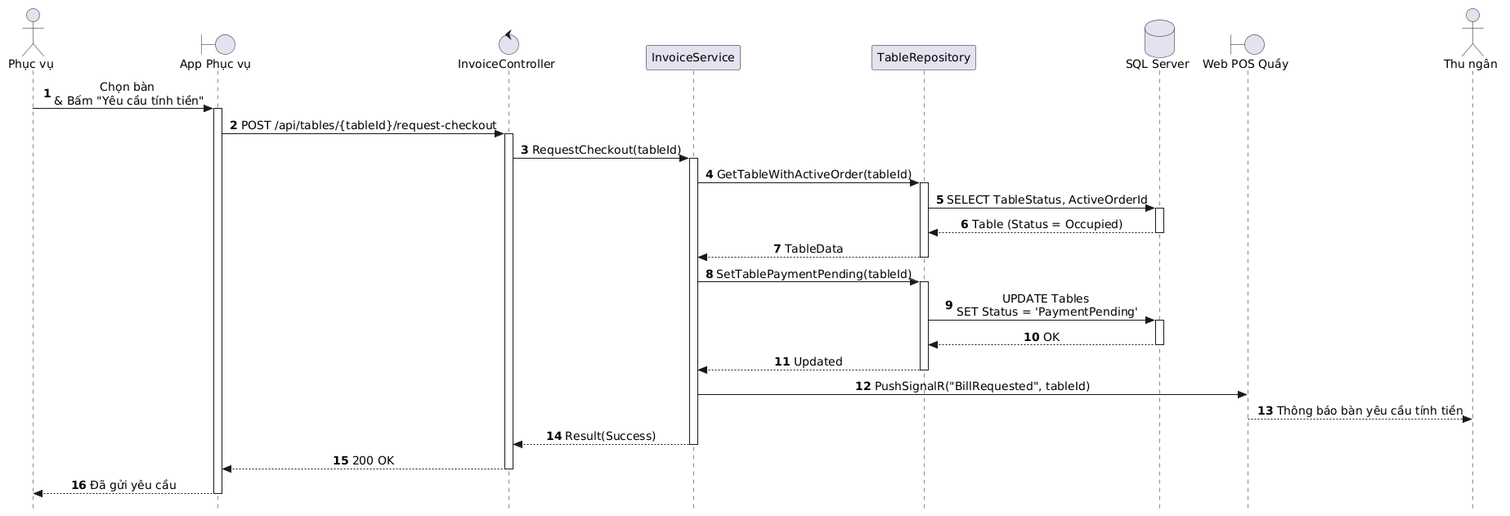
Earlier version of the PlantUML export out/docs/puml/sequences/SD_UC_E3_1_Request_Checkout/SD_UC_E3_1_Request_Checkout.png (AndrewQng/VinDining). Its diagram source:
```plantuml
@startuml
autonumber
skinparam style strictuml
skinparam sequenceMessageAlign center
skinparam responseMessageBelowArrow true
skinparam defaultFontName "Segoe UI", Arial, sans-serif
skinparam defaultFontSize 14

actor "Phục vụ" as Waitstaff
boundary "App Phục vụ" as MobileUI
control "InvoiceController" as Controller
participant "InvoiceService" as Service
participant "TableRepository" as Repo
database "SQL Server" as DB
boundary "Web POS Quầy" as WebPOS
actor "Thu ngân" as Cashier

Waitstaff -> MobileUI: Chọn bàn \n& Bấm "Yêu cầu tính tiền"
activate MobileUI

MobileUI -> Controller: POST /api/tables/{tableId}/request-checkout
activate Controller

Controller -> Service: RequestCheckout(tableId)
activate Service

Service -> Repo: GetTableWithActiveOrder(tableId)
activate Repo
Repo -> DB: SELECT TableStatus, ActiveOrderId
activate DB
DB --> Repo: Table (Status = Occupied)
deactivate DB
Repo --> Service: TableData
deactivate Repo

Service -> Repo: SetTablePaymentPending(tableId)
activate Repo
Repo -> DB: UPDATE Tables \nSET Status = 'PaymentPending'
activate DB
DB --> Repo: OK
deactivate DB
Repo --> Service: Updated
deactivate Repo

Service -> WebPOS: PushSignalR("BillRequested", tableId)
WebPOS --> Cashier: Thông báo bàn yêu cầu tính tiền

Service --> Controller: Result(Success)
deactivate Service

Controller --> MobileUI: 200 OK
deactivate Controller

MobileUI --> Waitstaff: Đã gửi yêu cầu
deactivate MobileUI
@enduml
```
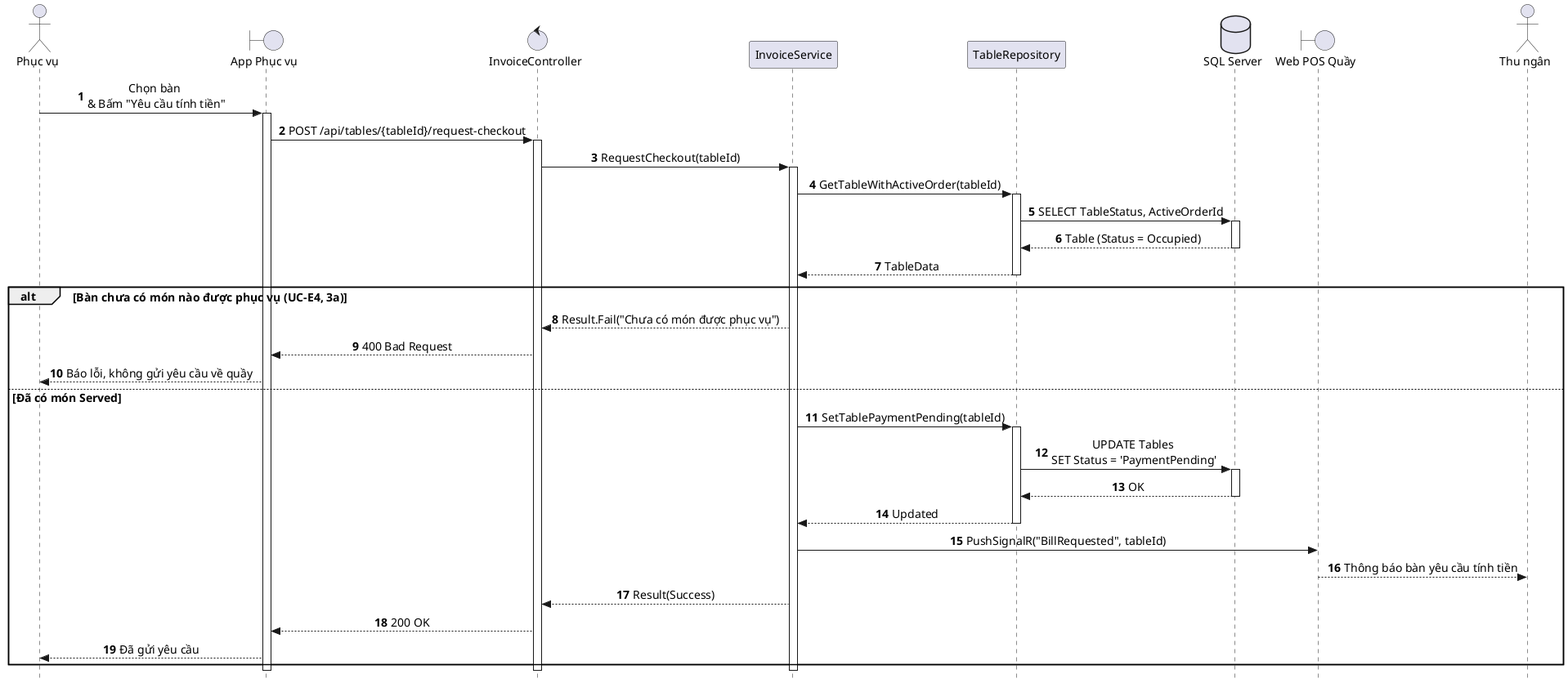
After the change.

Diff of the diagram source:
```diff
@@ -1,4 +1,4 @@
-@startuml
+@startuml SD_UC_E3_1_Request_Checkout
 autonumber
 skinparam style strictuml
 skinparam sequenceMessageAlign center
@@ -33,6 +33,12 @@
 Repo --> Service: TableData
 deactivate Repo
 
+alt Bàn chưa có món nào được phục vụ (UC-E4, 3a)
+    Service --> Controller: Result.Fail("Chưa có món được phục vụ")
+    Controller --> MobileUI: 400 Bad Request
+    MobileUI --> Waitstaff: Báo lỗi, không gửi yêu cầu về quầy
+else Đã có món Served
+
 Service -> Repo: SetTablePaymentPending(tableId)
 activate Repo
 Repo -> DB: UPDATE Tables \nSET Status = 'PaymentPending'
@@ -46,11 +52,12 @@
 WebPOS --> Cashier: Thông báo bàn yêu cầu tính tiền
 
 Service --> Controller: Result(Success)
-deactivate Service
-
 Controller --> MobileUI: 200 OK
-deactivate Controller
 
 MobileUI --> Waitstaff: Đã gửi yêu cầu
+end
+deactivate Service
+deactivate Controller
 deactivate MobileUI
+
 @enduml
```
